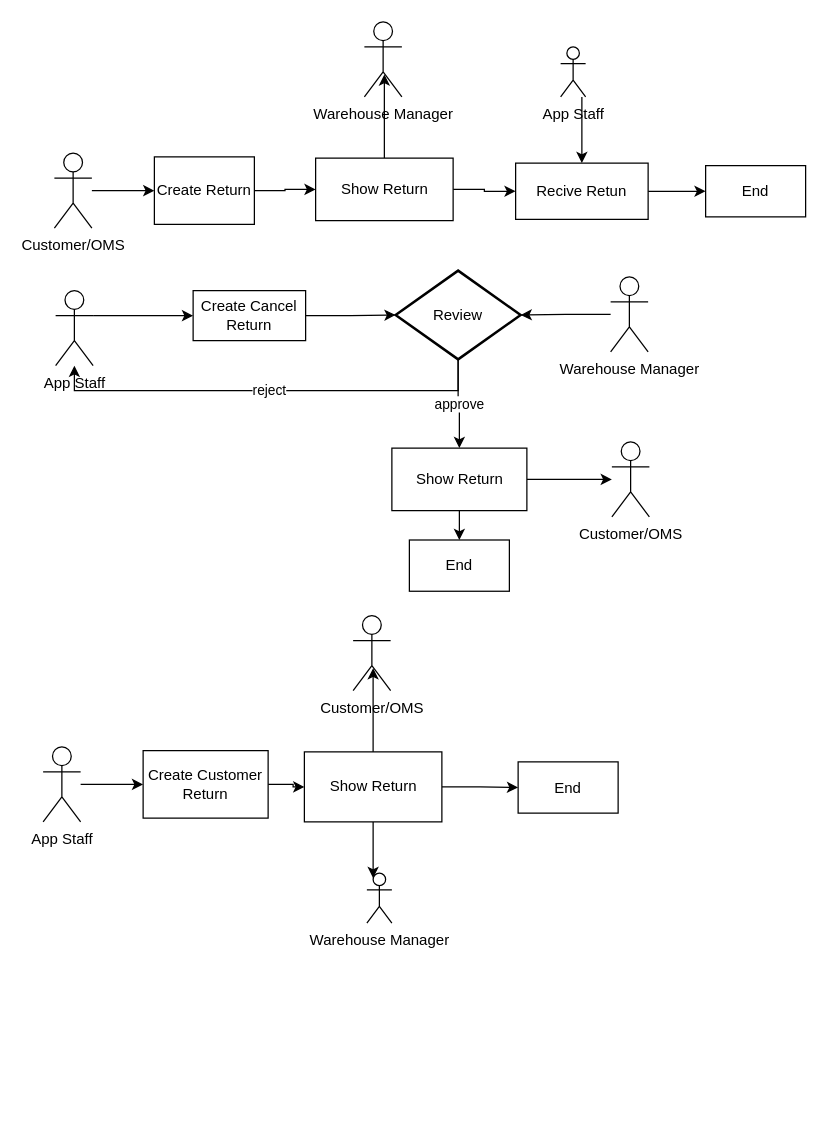
jianxiang57/jianxiang57 keeps this draw.io diagram as 未命名绘图.drawio. Above is the earlier version. Source tidied: cells renumbered, new cells numbered last; positions are measured from the earlier drawing's top-left corner, leaving out a move shared by most shapes. Both pictures are drawn from the tidied source at 125%, with x=0, y=0 at pixel (42, 21).
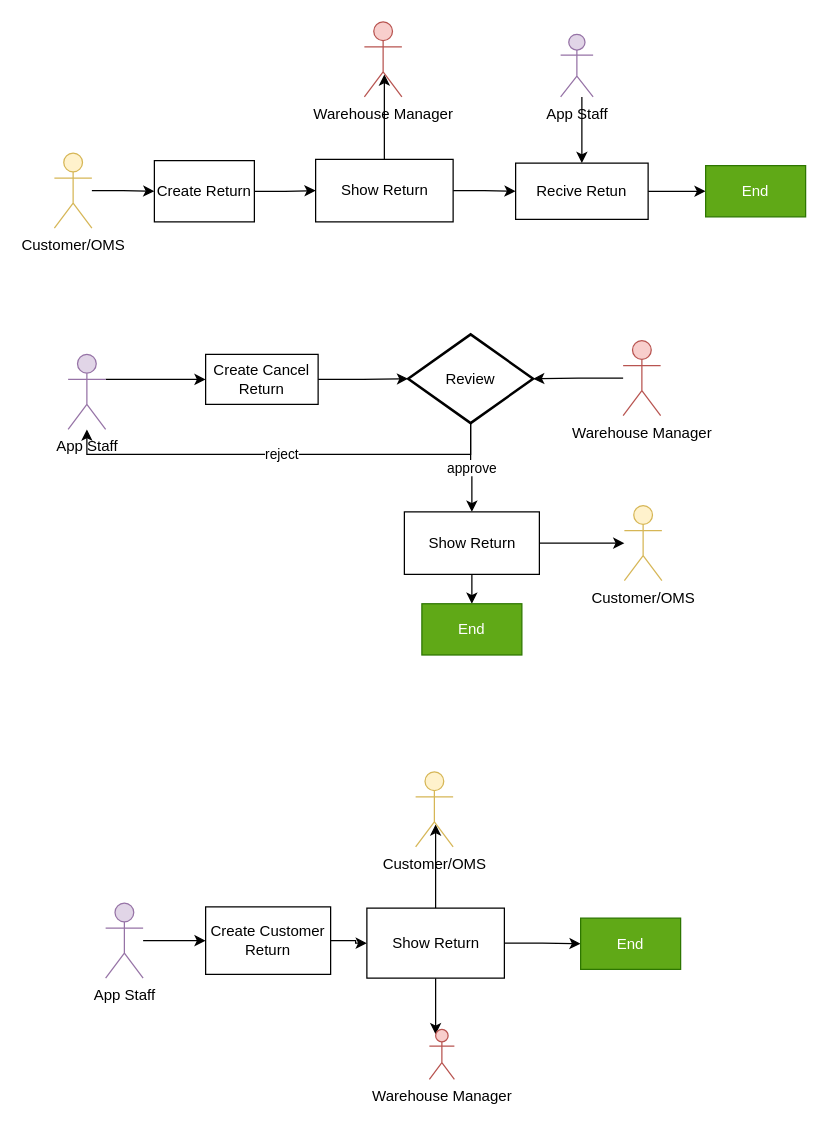
After the change.

Commit message:
更新未命名绘图.drawio

Change to the diagram source:
```diff
@@
     <mxCell id="3" value="Create Return" style="rounded=0;whiteSpace=wrap;html=1;" parent="1" vertex="1">
-      <mxGeometry x="89" y="108" width="80" height="54" as="geometry" />
+      <mxGeometry x="89" y="111" width="80" height="49" as="geometry" />
     </mxCell>
@@
-    <mxCell id="5" value="Customer/OMS" style="shape=umlActor;verticalLabelPosition=bottom;verticalAlign=top;html=1;" parent="1" vertex="1">
+    <mxCell id="5" value="Customer/OMS" style="shape=umlActor;verticalLabelPosition=bottom;verticalAlign=top;html=1;fillColor=#fff2cc;strokeColor=#d6b656;" parent="1" vertex="1">
       <mxGeometry x="9" y="105" width="30" height="60" as="geometry" />
     </mxCell>
@@
-    <mxCell id="9" value="App Staff" style="shape=umlActor;verticalLabelPosition=bottom;verticalAlign=top;html=1;outlineConnect=0;" parent="1" vertex="1">
-      <mxGeometry x="414" y="20" width="20" height="40" as="geometry" />
+    <mxCell id="9" value="App Staff" style="shape=umlActor;verticalLabelPosition=bottom;verticalAlign=top;html=1;outlineConnect=0;fillColor=#e1d5e7;strokeColor=#9673a6;" parent="1" vertex="1">
+      <mxGeometry x="414" y="10" width="26" height="50" as="geometry" />
     </mxCell>
@@
-    <mxCell id="11" value="App Staff" style="shape=umlActor;verticalLabelPosition=bottom;verticalAlign=top;html=1;outlineConnect=0;" parent="1" vertex="1">
-      <mxGeometry x="10" y="215" width="30" height="60" as="geometry" />
+    <mxCell id="11" value="App Staff" style="shape=umlActor;verticalLabelPosition=bottom;verticalAlign=top;html=1;outlineConnect=0;fillColor=#e1d5e7;strokeColor=#9673a6;" parent="1" vertex="1">
+      <mxGeometry x="20" y="266" width="30" height="60" as="geometry" />
     </mxCell>
@@
     <mxCell id="13" value="Create Cancel Return" style="rounded=0;whiteSpace=wrap;html=1;" parent="1" vertex="1">
-      <mxGeometry x="120" y="215" width="90" height="40" as="geometry" />
+      <mxGeometry x="130" y="266" width="90" height="40" as="geometry" />
     </mxCell>
-    <mxCell id="14" value="Customer/OMS" style="shape=umlActor;verticalLabelPosition=bottom;verticalAlign=top;html=1;outlineConnect=0;" parent="1" vertex="1">
-      <mxGeometry x="455" y="336" width="30" height="60" as="geometry" />
+    <mxCell id="14" value="Customer/OMS" style="shape=umlActor;verticalLabelPosition=bottom;verticalAlign=top;html=1;outlineConnect=0;fillColor=#fff2cc;strokeColor=#d6b656;" parent="1" vertex="1">
+      <mxGeometry x="465" y="387" width="30" height="60" as="geometry" />
     </mxCell>
@@
     <mxCell id="16" value="reject" style="edgeStyle=orthogonalEdgeStyle;rounded=0;jettySize=auto;html=1;" parent="1" edge="1" source="17" target="11">
       <mxGeometry relative="1" as="geometry">
         <Array as="points">
-          <mxPoint x="332" y="295" />
-          <mxPoint x="25" y="295" />
+          <mxPoint x="342" y="346" />
+          <mxPoint x="35" y="346" />
         </Array>
       </mxGeometry>
     </mxCell>
     <mxCell id="17" value="Review" style="strokeWidth=2;html=1;shape=mxgraph.flowchart.decision;whiteSpace=wrap;" parent="1" vertex="1">
-      <mxGeometry x="282" y="199" width="100" height="71" as="geometry" />
+      <mxGeometry x="292" y="250" width="100" height="71" as="geometry" />
     </mxCell>
@@
     <mxCell id="20" value="Show Return" style="html=1;" parent="1" vertex="1">
-      <mxGeometry x="218" y="109" width="110" height="50" as="geometry" />
+      <mxGeometry x="218" y="110" width="110" height="50" as="geometry" />
     </mxCell>
-    <mxCell id="21" value="Warehouse Manager" style="shape=umlActor;verticalLabelPosition=bottom;verticalAlign=top;html=1;" parent="1" vertex="1">
+    <mxCell id="21" value="Warehouse Manager" style="shape=umlActor;verticalLabelPosition=bottom;verticalAlign=top;html=1;fillColor=#f8cecc;strokeColor=#b85450;" parent="1" vertex="1">
       <mxGeometry x="257" width="30" height="60" as="geometry" />
     </mxCell>
@@
-    <mxCell id="23" value="Warehouse Manager" style="shape=umlActor;verticalLabelPosition=bottom;verticalAlign=top;html=1;" parent="1" vertex="1">
-      <mxGeometry x="454" y="204" width="30" height="60" as="geometry" />
+    <mxCell id="23" value="Warehouse Manager" style="shape=umlActor;verticalLabelPosition=bottom;verticalAlign=top;html=1;fillColor=#f8cecc;strokeColor=#b85450;" parent="1" vertex="1">
+      <mxGeometry x="464" y="255" width="30" height="60" as="geometry" />
     </mxCell>
@@
     <mxCell id="26" value="Show Return" style="html=1;" parent="1" vertex="1">
-      <mxGeometry x="279" y="341" width="108" height="50" as="geometry" />
+      <mxGeometry x="289" y="392" width="108" height="50" as="geometry" />
     </mxCell>
-    <mxCell id="27" value="End" style="rounded=0;whiteSpace=wrap;html=1;" parent="1" vertex="1">
+    <mxCell id="27" value="End" style="rounded=0;whiteSpace=wrap;html=1;fillColor=#60a917;fontColor=#ffffff;strokeColor=#2D7600;" parent="1" vertex="1">
       <mxGeometry x="530" y="115" width="80" height="41" as="geometry" />
     </mxCell>
-    <mxCell id="28" value="End" style="rounded=0;whiteSpace=wrap;html=1;" parent="1" vertex="1">
-      <mxGeometry x="293" y="414.5" width="80" height="41" as="geometry" />
+    <mxCell id="28" value="End" style="rounded=0;whiteSpace=wrap;html=1;fillColor=#60a917;fontColor=#ffffff;strokeColor=#2D7600;" parent="1" vertex="1">
+      <mxGeometry x="303" y="465.5" width="80" height="41" as="geometry" />
     </mxCell>
@@
     <mxCell id="30" value="Create Customer Return" style="rounded=0;whiteSpace=wrap;html=1;" parent="1" vertex="1">
-      <mxGeometry x="80" y="583" width="100" height="54" as="geometry" />
+      <mxGeometry x="130" y="708" width="100" height="54" as="geometry" />
     </mxCell>
@@
-    <mxCell id="32" value="App Staff" style="shape=umlActor;verticalLabelPosition=bottom;verticalAlign=top;html=1;" parent="1" vertex="1">
-      <mxGeometry y="580" width="30" height="60" as="geometry" />
+    <mxCell id="32" value="App Staff" style="shape=umlActor;verticalLabelPosition=bottom;verticalAlign=top;html=1;fillColor=#e1d5e7;strokeColor=#9673a6;" parent="1" vertex="1">
+      <mxGeometry x="50" y="705" width="30" height="60" as="geometry" />
     </mxCell>
@@
     <mxCell id="36" value="Show Return" style="html=1;" parent="1" vertex="1">
-      <mxGeometry x="209" y="584" width="110" height="56" as="geometry" />
+      <mxGeometry x="259" y="709" width="110" height="56" as="geometry" />
     </mxCell>
-    <mxCell id="37" value="Customer/OMS" style="shape=umlActor;verticalLabelPosition=bottom;verticalAlign=top;html=1;" parent="1" vertex="1">
-      <mxGeometry x="248" y="475" width="30" height="60" as="geometry" />
+    <mxCell id="37" value="Customer/OMS" style="shape=umlActor;verticalLabelPosition=bottom;verticalAlign=top;html=1;fillColor=#fff2cc;strokeColor=#d6b656;" parent="1" vertex="1">
+      <mxGeometry x="298" y="600" width="30" height="60" as="geometry" />
     </mxCell>
-    <mxCell id="38" value="End" style="rounded=0;whiteSpace=wrap;html=1;" parent="1" vertex="1">
-      <mxGeometry x="380" y="592" width="80" height="41" as="geometry" />
+    <mxCell id="38" value="End" style="rounded=0;whiteSpace=wrap;html=1;fillColor=#60a917;fontColor=#ffffff;strokeColor=#2D7600;" parent="1" vertex="1">
+      <mxGeometry x="430" y="717" width="80" height="41" as="geometry" />
     </mxCell>
-    <mxCell id="39" value="Warehouse Manager" style="shape=umlActor;verticalLabelPosition=bottom;verticalAlign=top;html=1;outlineConnect=0;" parent="1" vertex="1">
-      <mxGeometry x="259" y="681" width="20" height="40" as="geometry" />
+    <mxCell id="39" value="Warehouse Manager" style="shape=umlActor;verticalLabelPosition=bottom;verticalAlign=top;html=1;outlineConnect=0;fillColor=#f8cecc;strokeColor=#b85450;" parent="1" vertex="1">
+      <mxGeometry x="309" y="806" width="20" height="40" as="geometry" />
     </mxCell>
```
